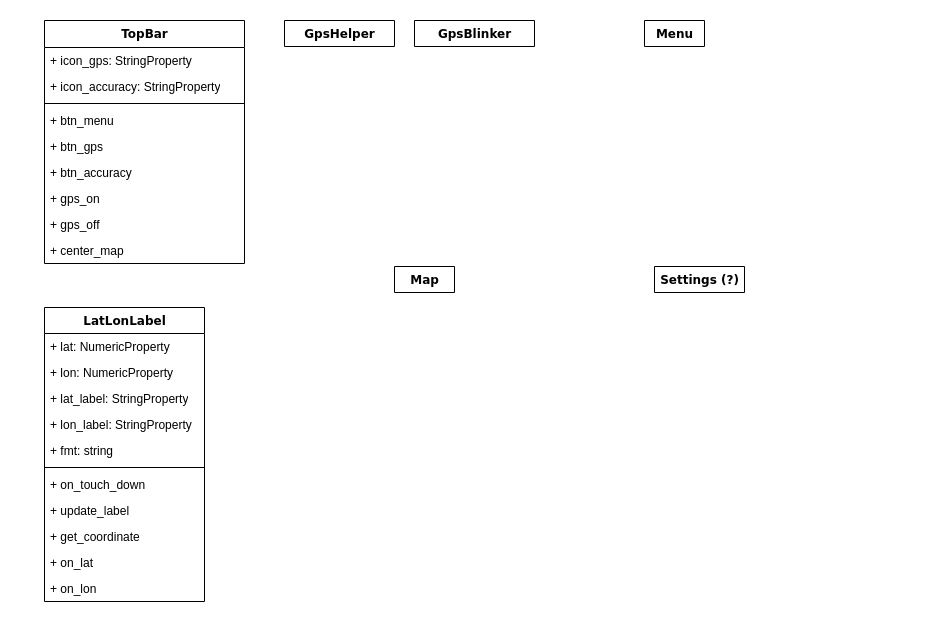
osso73/gps_trackme keeps this draw.io diagram as page "code" (2 of 2) of resources/screen.drawio. Above is the earlier version. Source tidied: cells renumbered, new cells numbered last; positions are measured from the earlier drawing's top-left corner, leaving out a move shared by most shapes. Both pictures are drawn from the tidied source at 100%, with x=0, y=0 at pixel (44, 20).
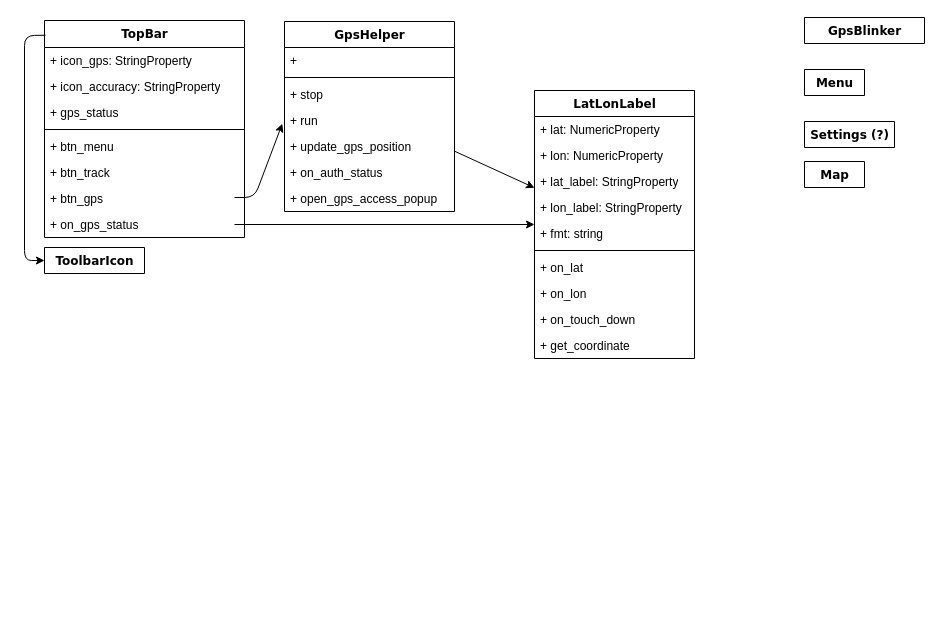
The same diagram, later.

Diff of the diagram source:
```diff
@@
     <mxCell id="2" value="TopBar" style="swimlane;html=1;fontStyle=1;align=center;verticalAlign=top;horizontal=1;startSize=27;swimlaneFillColor=#ffffff;rounded=0;shadow=0;comic=0;labelBackgroundColor=none;strokeColor=#000000;strokeWidth=1;fillColor=none;fontFamily=Verdana;fontSize=12;fontColor=#000000;" parent="1" vertex="1">
-      <mxGeometry width="200" height="243" as="geometry" />
+      <mxGeometry width="200" height="217" as="geometry" />
     </mxCell>
@@
+    <mxCell id="29" value="+ gps_status" style="text;html=1;strokeColor=none;fillColor=none;align=left;verticalAlign=top;spacingLeft=4;spacingRight=4;whiteSpace=wrap;overflow=hidden;" parent="2" vertex="1">
+      <mxGeometry y="79" width="200" height="26" as="geometry" />
+    </mxCell>
     <mxCell id="5" style="line;html=1;strokeWidth=1;fillColor=none;align=left;verticalAlign=middle;spacingTop=-1;spacingLeft=3;spacingRight=3;labelPosition=right;" parent="2" vertex="1">
-      <mxGeometry y="79" width="200" height="8" as="geometry" />
+      <mxGeometry y="105" width="200" height="8" as="geometry" />
     </mxCell>
     <mxCell id="6" value="+ btn_menu" style="text;html=1;strokeColor=none;fillColor=none;align=left;verticalAlign=top;spacingLeft=4;spacingRight=4;whiteSpace=wrap;overflow=hidden;" parent="2" vertex="1">
-      <mxGeometry y="87" width="200" height="26" as="geometry" />
+      <mxGeometry y="113" width="200" height="26" as="geometry" />
     </mxCell>
-    <mxCell id="7" value="+ btn_gps" style="text;html=1;strokeColor=none;fillColor=none;align=left;verticalAlign=top;spacingLeft=4;spacingRight=4;whiteSpace=wrap;overflow=hidden;" parent="2" vertex="1">
-      <mxGeometry y="113" width="200" height="26" as="geometry" />
+    <mxCell id="7" value="+ btn_track" style="text;html=1;strokeColor=none;fillColor=none;align=left;verticalAlign=top;spacingLeft=4;spacingRight=4;whiteSpace=wrap;overflow=hidden;" parent="2" vertex="1">
+      <mxGeometry y="139" width="200" height="26" as="geometry" />
     </mxCell>
-    <mxCell id="8" value="+ btn_accuracy" style="text;html=1;strokeColor=none;fillColor=none;align=left;verticalAlign=top;spacingLeft=4;spacingRight=4;whiteSpace=wrap;overflow=hidden;" parent="2" vertex="1">
-      <mxGeometry y="139" width="200" height="26" as="geometry" />
-    </mxCell>
-    <mxCell id="9" value="+ gps_on" style="text;html=1;strokeColor=none;fillColor=none;align=left;verticalAlign=top;spacingLeft=4;spacingRight=4;whiteSpace=wrap;overflow=hidden;points=[[0,0.5],[1,0.5]];portConstraint=eastwest;" parent="2" vertex="1">
+    <mxCell id="9" value="+ btn_gps" style="text;html=1;strokeColor=none;fillColor=none;align=left;verticalAlign=top;spacingLeft=4;spacingRight=4;whiteSpace=wrap;overflow=hidden;points=[[0,0.5],[1,0.5]];portConstraint=eastwest;" parent="2" vertex="1">
       <mxGeometry y="165" width="200" height="26" as="geometry" />
     </mxCell>
-    <mxCell id="10" value="+ gps_off" style="text;html=1;strokeColor=none;fillColor=none;align=left;verticalAlign=top;spacingLeft=4;spacingRight=4;whiteSpace=wrap;overflow=hidden;points=[[0,0.5],[1,0.5]];portConstraint=eastwest;" parent="2" vertex="1">
+    <mxCell id="10" value="+ on_gps_status" style="text;html=1;strokeColor=none;fillColor=none;align=left;verticalAlign=top;spacingLeft=4;spacingRight=4;whiteSpace=wrap;overflow=hidden;points=[[0,0.5],[1,0.5]];portConstraint=eastwest;" parent="2" vertex="1">
       <mxGeometry y="191" width="200" height="26" as="geometry" />
     </mxCell>
-    <mxCell id="11" value="+ center_map" style="text;html=1;strokeColor=none;fillColor=none;align=left;verticalAlign=top;spacingLeft=4;spacingRight=4;whiteSpace=wrap;overflow=hidden;" parent="2" vertex="1">
-      <mxGeometry y="217" width="200" height="26" as="geometry" />
-    </mxCell>
-    <mxCell id="12" value="GpsHelper" style="swimlane;html=1;fontStyle=1;align=center;verticalAlign=top;horizontal=1;startSize=26;swimlaneFillColor=#ffffff;rounded=0;shadow=0;comic=0;labelBackgroundColor=none;strokeColor=#000000;strokeWidth=1;fillColor=none;fontFamily=Verdana;fontSize=12;fontColor=#000000;" parent="1" vertex="1" collapsed="1">
-      <mxGeometry x="240" width="110" height="26" as="geometry" />
+    <mxCell id="12" value="GpsHelper" style="swimlane;html=1;fontStyle=1;align=center;verticalAlign=top;horizontal=1;startSize=26;swimlaneFillColor=#ffffff;rounded=0;shadow=0;comic=0;labelBackgroundColor=none;strokeColor=#000000;strokeWidth=1;fillColor=none;fontFamily=Verdana;fontSize=12;fontColor=#000000;" parent="1" vertex="1">
+      <mxGeometry x="240" y="1" width="170" height="190" as="geometry" />
     </mxCell>
+    <mxCell id="30" value="+&amp;nbsp;" style="text;html=1;strokeColor=none;fillColor=none;align=left;verticalAlign=top;spacingLeft=4;spacingRight=4;whiteSpace=wrap;overflow=hidden;" parent="12" vertex="1">
+      <mxGeometry y="26" width="170" height="26" as="geometry" />
+    </mxCell>
+    <mxCell id="31" style="line;html=1;strokeWidth=1;fillColor=none;align=left;verticalAlign=middle;spacingTop=-1;spacingLeft=3;spacingRight=3;labelPosition=right;" parent="12" vertex="1">
+      <mxGeometry y="52" width="170" height="8" as="geometry" />
+    </mxCell>
+    <mxCell id="32" value="+ stop" style="text;html=1;strokeColor=none;fillColor=none;align=left;verticalAlign=top;spacingLeft=4;spacingRight=4;whiteSpace=wrap;overflow=hidden;" parent="12" vertex="1">
+      <mxGeometry y="60" width="170" height="26" as="geometry" />
+    </mxCell>
+    <mxCell id="33" value="+ run" style="text;html=1;strokeColor=none;fillColor=none;align=left;verticalAlign=top;spacingLeft=4;spacingRight=4;whiteSpace=wrap;overflow=hidden;" parent="12" vertex="1">
+      <mxGeometry y="86" width="170" height="26" as="geometry" />
+    </mxCell>
+    <mxCell id="34" value="+ update_gps_position" style="text;html=1;strokeColor=none;fillColor=none;align=left;verticalAlign=top;spacingLeft=4;spacingRight=4;whiteSpace=wrap;overflow=hidden;points=[[0,0.5],[1,0.5]];portConstraint=eastwest;" parent="12" vertex="1">
+      <mxGeometry y="112" width="170" height="26" as="geometry" />
+    </mxCell>
+    <mxCell id="35" value="+&amp;nbsp;&lt;span&gt;on_auth_status&lt;/span&gt;" style="text;html=1;strokeColor=none;fillColor=none;align=left;verticalAlign=top;spacingLeft=4;spacingRight=4;whiteSpace=wrap;overflow=hidden;" parent="12" vertex="1">
+      <mxGeometry y="138" width="170" height="26" as="geometry" />
+    </mxCell>
+    <mxCell id="36" value="+&amp;nbsp;&lt;span&gt;open_gps_access_popup&lt;/span&gt;" style="text;html=1;strokeColor=none;fillColor=none;align=left;verticalAlign=top;spacingLeft=4;spacingRight=4;whiteSpace=wrap;overflow=hidden;" parent="12" vertex="1">
+      <mxGeometry y="164" width="170" height="26" as="geometry" />
+    </mxCell>
     <mxCell id="13" value="Menu" style="swimlane;html=1;fontStyle=1;align=center;verticalAlign=top;horizontal=1;startSize=26;swimlaneFillColor=#ffffff;rounded=0;shadow=0;comic=0;labelBackgroundColor=none;strokeColor=#000000;strokeWidth=1;fillColor=none;fontFamily=Verdana;fontSize=12;fontColor=#000000;" parent="1" vertex="1" collapsed="1">
-      <mxGeometry x="600" width="60" height="26" as="geometry" />
+      <mxGeometry x="760" y="49" width="60" height="26" as="geometry" />
     </mxCell>
     <mxCell id="14" value="LatLonLabel" style="swimlane;html=1;fontStyle=1;align=center;verticalAlign=top;horizontal=1;startSize=26;swimlaneFillColor=#ffffff;rounded=0;shadow=0;comic=0;labelBackgroundColor=none;strokeColor=#000000;strokeWidth=1;fillColor=none;fontFamily=Verdana;fontSize=12;fontColor=#000000;" parent="1" vertex="1">
-      <mxGeometry y="287" width="160" height="294" as="geometry" />
+      <mxGeometry x="490" y="70" width="160" height="268" as="geometry" />
     </mxCell>
@@
-    <mxCell id="21" value="+ on_touch_down" style="text;html=1;strokeColor=none;fillColor=none;align=left;verticalAlign=top;spacingLeft=4;spacingRight=4;whiteSpace=wrap;overflow=hidden;" parent="14" vertex="1">
-      <mxGeometry y="164" width="160" height="26" as="geometry" />
-    </mxCell>
-    <mxCell id="22" value="+ update_label" style="text;html=1;strokeColor=none;fillColor=none;align=left;verticalAlign=top;spacingLeft=4;spacingRight=4;whiteSpace=wrap;overflow=hidden;" parent="14" vertex="1">
-      <mxGeometry y="190" width="160" height="26" as="geometry" />
-    </mxCell>
-    <mxCell id="23" value="+ get_coordinate" style="text;html=1;strokeColor=none;fillColor=none;align=left;verticalAlign=top;spacingLeft=4;spacingRight=4;whiteSpace=wrap;overflow=hidden;" parent="14" vertex="1">
-      <mxGeometry y="216" width="160" height="26" as="geometry" />
-    </mxCell>
     <mxCell id="24" value="+ on_lat" style="text;html=1;strokeColor=none;fillColor=none;align=left;verticalAlign=top;spacingLeft=4;spacingRight=4;whiteSpace=wrap;overflow=hidden;" parent="14" vertex="1">
-      <mxGeometry y="242" width="160" height="26" as="geometry" />
+      <mxGeometry y="164" width="160" height="26" as="geometry" />
     </mxCell>
     <mxCell id="25" value="+ on_lon" style="text;html=1;strokeColor=none;fillColor=none;align=left;verticalAlign=top;spacingLeft=4;spacingRight=4;whiteSpace=wrap;overflow=hidden;" parent="14" vertex="1">
-      <mxGeometry y="268" width="160" height="26" as="geometry" />
+      <mxGeometry y="190" width="160" height="26" as="geometry" />
     </mxCell>
+    <mxCell id="21" value="+ on_touch_down" style="text;html=1;strokeColor=none;fillColor=none;align=left;verticalAlign=top;spacingLeft=4;spacingRight=4;whiteSpace=wrap;overflow=hidden;" parent="14" vertex="1">
+      <mxGeometry y="216" width="160" height="26" as="geometry" />
+    </mxCell>
+    <mxCell id="23" value="+ get_coordinate" style="text;html=1;strokeColor=none;fillColor=none;align=left;verticalAlign=top;spacingLeft=4;spacingRight=4;whiteSpace=wrap;overflow=hidden;" parent="14" vertex="1">
+      <mxGeometry y="242" width="160" height="26" as="geometry" />
+    </mxCell>
     <mxCell id="26" value="Map" style="swimlane;html=1;fontStyle=1;align=center;verticalAlign=top;horizontal=1;startSize=26;swimlaneFillColor=#ffffff;rounded=0;shadow=0;comic=0;labelBackgroundColor=none;strokeColor=#000000;strokeWidth=1;fillColor=none;fontFamily=Verdana;fontSize=12;fontColor=#000000;" parent="1" vertex="1" collapsed="1">
-      <mxGeometry x="350" y="246" width="60" height="26" as="geometry" />
+      <mxGeometry x="760" y="141" width="60" height="26" as="geometry" />
     </mxCell>
     <mxCell id="27" value="Settings (?)" style="swimlane;html=1;fontStyle=1;align=center;verticalAlign=top;horizontal=1;startSize=26;swimlaneFillColor=#ffffff;rounded=0;shadow=0;comic=0;labelBackgroundColor=none;strokeColor=#000000;strokeWidth=1;fillColor=none;fontFamily=Verdana;fontSize=12;fontColor=#000000;" parent="1" vertex="1" collapsed="1">
-      <mxGeometry x="610" y="246" width="90" height="26" as="geometry" />
+      <mxGeometry x="760" y="101" width="90" height="26" as="geometry" />
     </mxCell>
     <mxCell id="28" value="GpsBlinker" style="swimlane;html=1;fontStyle=1;align=center;verticalAlign=top;horizontal=1;startSize=26;swimlaneFillColor=#ffffff;rounded=0;shadow=0;comic=0;labelBackgroundColor=none;strokeColor=#000000;strokeWidth=1;fillColor=none;fontFamily=Verdana;fontSize=12;fontColor=#000000;" parent="1" vertex="1" collapsed="1">
-      <mxGeometry x="370" width="120" height="26" as="geometry" />
+      <mxGeometry x="760" y="-3" width="120" height="26" as="geometry" />
     </mxCell>
+    <mxCell id="37" style="endArrow=classic;html=1;exitX=0.95;exitY=0.462;exitDx=0;exitDy=0;exitPerimeter=0;entryX=-0.013;entryY=0.538;entryDx=0;entryDy=0;entryPerimeter=0;" parent="1" edge="1" source="9" target="12">
+      <mxGeometry relative="1" as="geometry">
+        <Array as="points">
+          <mxPoint x="210" y="177" />
+        </Array>
+      </mxGeometry>
+    </mxCell>
+    <mxCell id="38" value="ToolbarIcon" style="swimlane;html=1;fontStyle=1;align=center;verticalAlign=top;horizontal=1;startSize=26;swimlaneFillColor=#ffffff;rounded=0;shadow=0;comic=0;labelBackgroundColor=none;strokeColor=#000000;strokeWidth=1;fillColor=none;fontFamily=Verdana;fontSize=12;fontColor=#000000;" parent="1" vertex="1" collapsed="1">
+      <mxGeometry y="227" width="100" height="26" as="geometry" />
+    </mxCell>
+    <mxCell id="39" style="endArrow=classic;html=1;entryX=0;entryY=0.5;entryDx=0;entryDy=0;exitX=0.005;exitY=0.068;exitDx=0;exitDy=0;exitPerimeter=0;" parent="1" edge="1" source="2" target="38">
+      <mxGeometry relative="1" as="geometry">
+        <Array as="points">
+          <mxPoint x="-20" y="15" />
+          <mxPoint x="-20" y="240" />
+        </Array>
+      </mxGeometry>
+    </mxCell>
+    <mxCell id="40" style="endArrow=classic;html=1;exitX=0.999;exitY=0.676;exitDx=0;exitDy=0;exitPerimeter=0;" parent="1" edge="1" source="34" target="14">
+      <mxGeometry relative="1" as="geometry" />
+    </mxCell>
+    <mxCell id="41" style="endArrow=classic;html=1;exitX=0.95;exitY=0.5;exitDx=0;exitDy=0;exitPerimeter=0;" parent="1" edge="1" source="10" target="14">
+      <mxGeometry relative="1" as="geometry" />
+    </mxCell>
```
